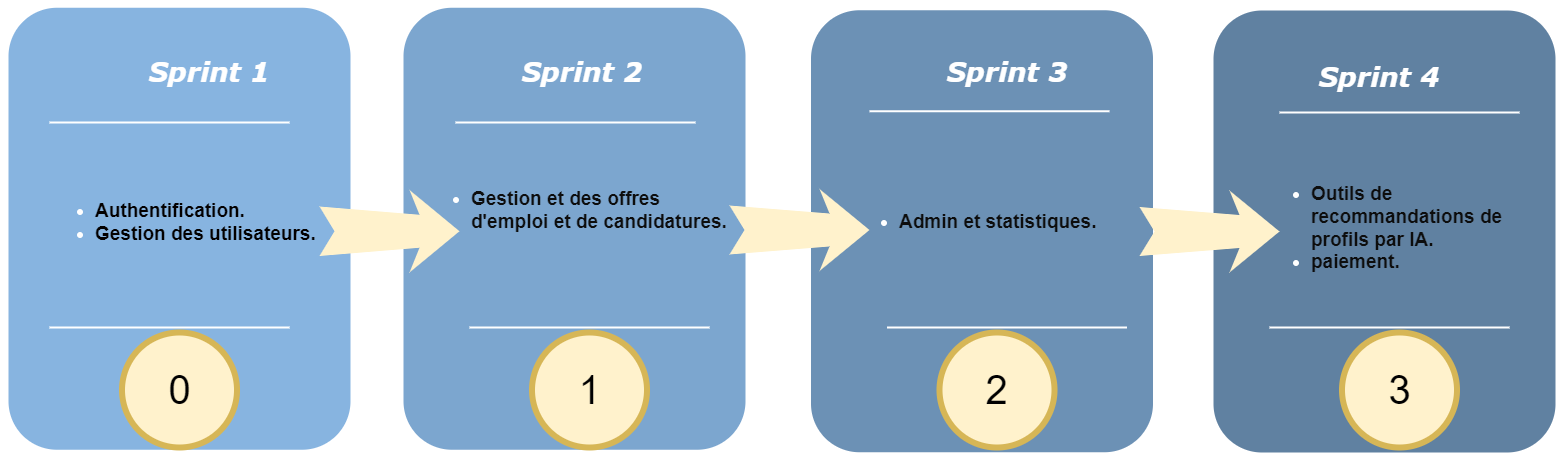
The draw.io diagram decoupage sprints.png in chirine1/-project, before a commit. Source tidied: cells renumbered, new cells last; positions are measured from the earlier drawing's top-left corner, leaving out a move shared by most shapes.
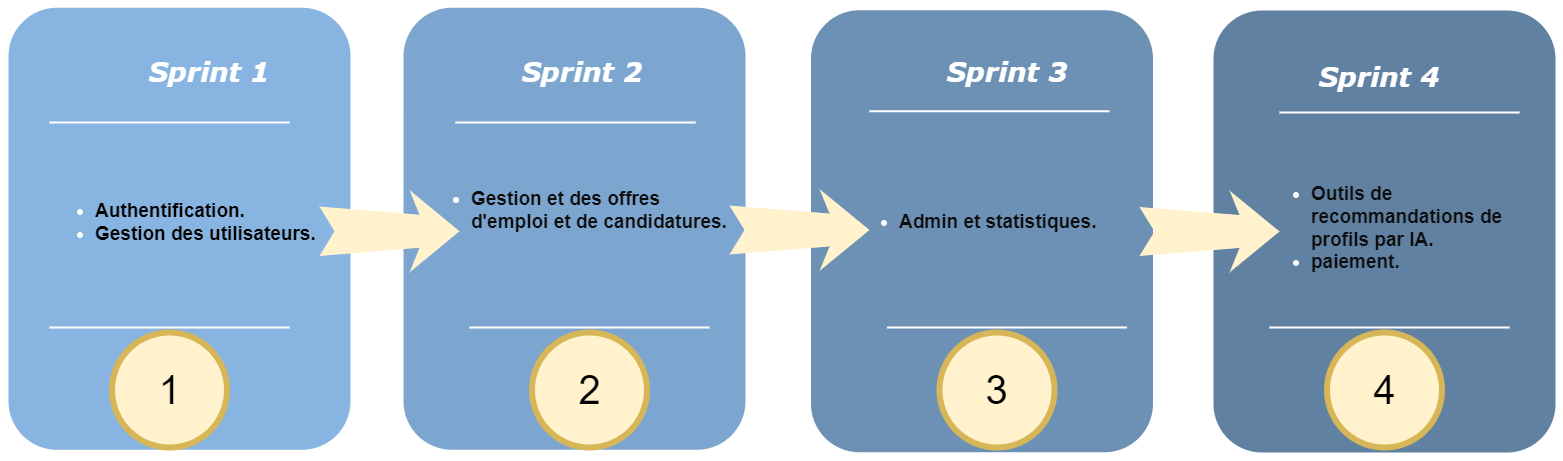
After the change.

Commit message:
Mettre à jour decoupage sprints.png

The edit, as a diff of the source:
```diff
@@ -29,9 +29,6 @@
     <mxCell id="10" style="line;strokeWidth=2;html=1;rounded=0;shadow=0;fontSize=27;align=center;fillColor=none;strokeColor=#FFFFFF;" parent="1" vertex="1">
       <mxGeometry x="465" y="319" width="240" height="10" as="geometry" />
     </mxCell>
-    <mxCell id="11" value="&lt;h1&gt;&lt;font style=&quot;font-size: 40px; font-weight: normal;&quot;&gt;0&lt;/font&gt;&lt;/h1&gt;" style="ellipse;whiteSpace=wrap;html=1;rounded=0;shadow=0;strokeWidth=6;fontSize=14;align=center;fillColor=#fff2cc;strokeColor=#d6b656;" parent="1" vertex="1">
-      <mxGeometry x="117.5" y="329" width="115" height="115" as="geometry" />
-    </mxCell>
     <mxCell id="12" style="html=1;shadow=0;dashed=0;align=center;verticalAlign=middle;shape=mxgraph.arrows2.stylisedArrow;dy=0.6;dx=40;notch=15;feather=0.4;rounded=0;strokeWidth=1;fontSize=27;strokeColor=none;fillColor=#fff2cc;" parent="1" vertex="1">
       <mxGeometry x="315" y="186.5" width="140" height="82.5" as="geometry" />
     </mxCell>
@@ -51,7 +48,7 @@
       <mxGeometry x="882.5" y="319" width="240" height="10" as="geometry" />
     </mxCell>
     <mxCell id="18" value="&lt;font style=&quot;font-size: 40px;&quot;&gt;1&lt;/font&gt;" style="ellipse;whiteSpace=wrap;html=1;rounded=0;shadow=0;strokeWidth=6;fontSize=14;align=center;fillColor=#fff2cc;strokeColor=#d6b656;" parent="1" vertex="1">
-      <mxGeometry x="527.5" y="329" width="115" height="115" as="geometry" />
+      <mxGeometry x="107.5" y="329" width="115" height="115" as="geometry" />
     </mxCell>
     <mxCell id="19" style="html=1;shadow=0;dashed=0;align=center;verticalAlign=middle;shape=mxgraph.arrows2.stylisedArrow;dy=0.6;dx=40;notch=15;feather=0.4;rounded=0;strokeWidth=1;fontSize=27;strokeColor=none;fillColor=#fff2cc;" parent="1" vertex="1">
       <mxGeometry x="725" y="185.5" width="140" height="82" as="geometry" />
@@ -72,16 +69,19 @@
       <mxGeometry x="1265" y="319" width="240" height="10" as="geometry" />
     </mxCell>
     <mxCell id="25" value="&lt;font style=&quot;font-size: 40px;&quot;&gt;2&lt;/font&gt;" style="ellipse;whiteSpace=wrap;html=1;rounded=0;shadow=0;strokeWidth=6;fontSize=14;align=center;fillColor=#fff2cc;strokeColor=#d6b656;" parent="1" vertex="1">
-      <mxGeometry x="935" y="329" width="115" height="115" as="geometry" />
+      <mxGeometry x="527.5" y="329" width="115" height="115" as="geometry" />
     </mxCell>
     <mxCell id="26" style="html=1;shadow=0;dashed=0;align=center;verticalAlign=middle;shape=mxgraph.arrows2.stylisedArrow;dy=0.6;dx=40;notch=15;feather=0.4;rounded=0;strokeWidth=1;fontSize=27;strokeColor=none;fillColor=#fff2cc;" parent="1" vertex="1">
       <mxGeometry x="1135" y="187" width="140" height="82" as="geometry" />
     </mxCell>
     <mxCell id="27" value="&lt;font style=&quot;font-size: 40px;&quot;&gt;3&lt;/font&gt;" style="ellipse;whiteSpace=wrap;html=1;rounded=0;shadow=0;strokeWidth=6;fontSize=14;align=center;fillColor=#fff2cc;strokeColor=#d6b656;" parent="1" vertex="1">
-      <mxGeometry x="1337.5" y="329" width="115" height="115" as="geometry" />
+      <mxGeometry x="935" y="329" width="115" height="115" as="geometry" />
     </mxCell>
     <mxCell id="28" value="&lt;div style=&quot;font-size: 19px;&quot;&gt;&lt;ul&gt;&lt;li&gt;&lt;font color=&quot;#0d0d0d&quot;&gt;&lt;b&gt;Admin et statistiques.&lt;/b&gt;&lt;/font&gt;&lt;/li&gt;&lt;/ul&gt;&lt;/div&gt;" style="text;html=1;strokeColor=none;fillColor=none;align=left;verticalAlign=middle;whiteSpace=wrap;rounded=0;shadow=0;fontSize=14;fontColor=#FFFFFF;" parent="1" vertex="1">
       <mxGeometry x="852.5" y="142.8" width="300" height="152.5" as="geometry" />
     </mxCell>
+    <mxCell id="29" value="&lt;font style=&quot;font-size: 40px;&quot;&gt;4&lt;/font&gt;" style="ellipse;whiteSpace=wrap;html=1;rounded=0;shadow=0;strokeWidth=6;fontSize=14;align=center;fillColor=#fff2cc;strokeColor=#d6b656;" parent="1" vertex="1">
+      <mxGeometry x="1322.5" y="329" width="115" height="115" as="geometry" />
+    </mxCell>
   </root>
 </mxGraphModel>
```
